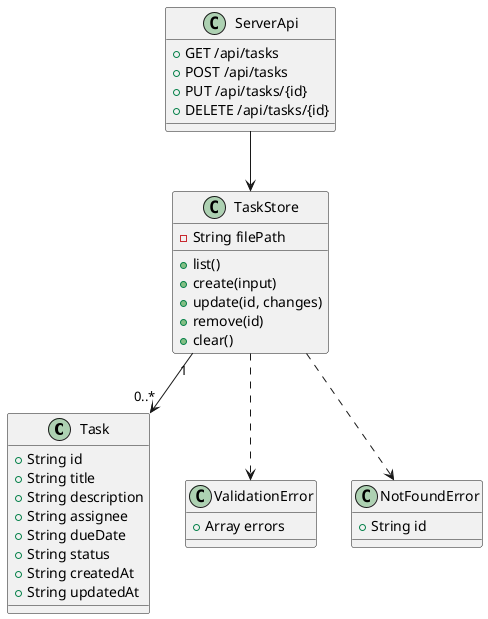
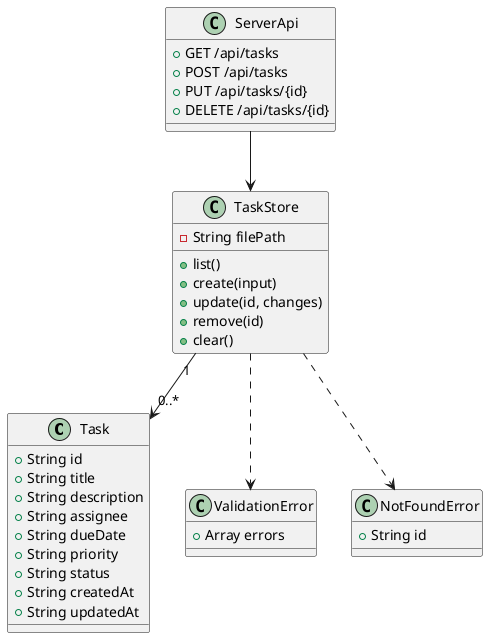
@startuml

class Task {
  +String id
  +String title
  +String description
  +String assignee
  +String dueDate
+   +String priority
  +String status
  +String createdAt
  +String updatedAt
}

class TaskStore {
  -String filePath
  +list()
  +create(input)
  +update(id, changes)
  +remove(id)
  +clear()
}

class ValidationError {
  +Array errors
}

class NotFoundError {
  +String id
}

class ServerApi {
  +GET /api/tasks
  +POST /api/tasks
  +PUT /api/tasks/{id}
  +DELETE /api/tasks/{id}
}

ServerApi --> TaskStore
TaskStore "1" --> "0..*" Task
TaskStore ..> ValidationError
TaskStore ..> NotFoundError

@enduml
- 
